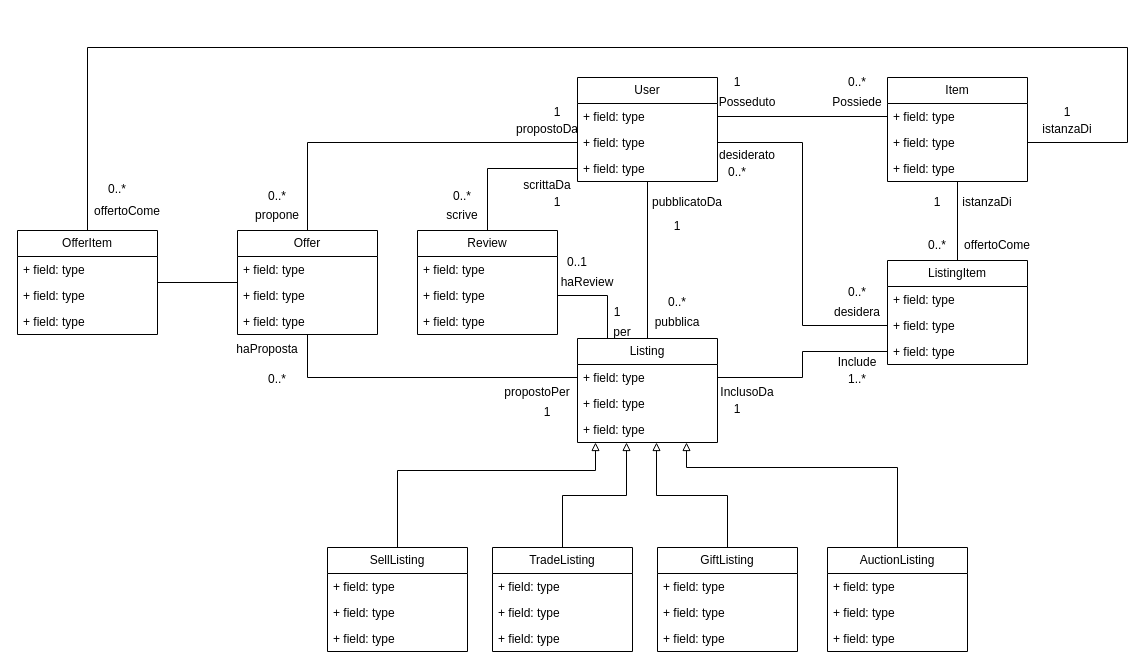
This is uninaswap.drawio from GritHat/diagrams-draw.io, a draw.io file, before an edit. Source tidied: cells renumbered, new cells numbered last; positions are measured from the earlier drawing's top-left corner, leaving out a move shared by most shapes. Both pictures are drawn from the tidied source at 100%, with x=0, y=0 at pixel (17, 47).
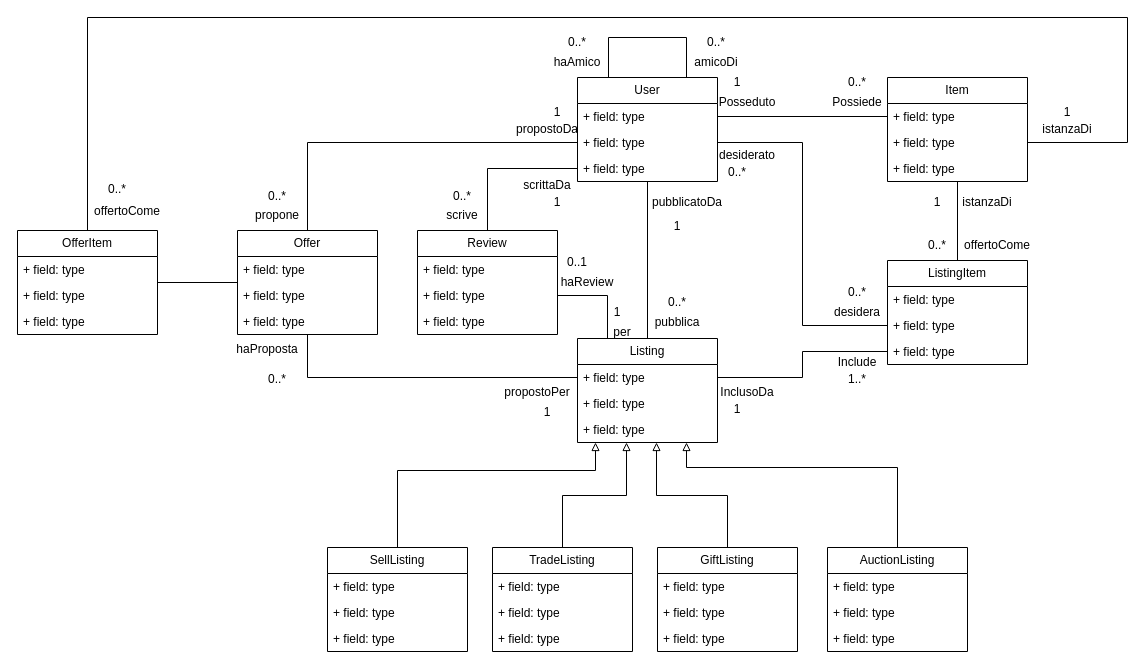
After the change.

Unchanged cells that the change refers to:
```xml
<mxCell id="3" value="User" style="swimlane;fontStyle=0;horizontal=1;startSize=26;fillColor=none;whiteSpace=wrap;html=1;" parent="1" vertex="1">
  <mxGeometry x="560" y="30" width="140" height="104" as="geometry" />
</mxCell>
<mxCell id="9" value="+ field: type" style="text;strokeColor=none;fillColor=none;align=left;verticalAlign=top;spacingLeft=4;spacingRight=4;overflow=hidden;points=[[0,0.5],[1,0.5]];portConstraint=eastwest;whiteSpace=wrap;html=1;" parent="7" vertex="1">
  <mxGeometry y="52" width="140" height="26" as="geometry" />
</mxCell>
<mxCell id="49" value="OfferItem" style="swimlane;fontStyle=0;horizontal=1;startSize=26;fillColor=none;whiteSpace=wrap;html=1;" parent="1" vertex="1">
  <mxGeometry y="183" width="140" height="104" as="geometry" />
</mxCell>
```

Change to the diagram source:
```diff
@@
     <mxCell id="47" style="edgeStyle=orthogonalEdgeStyle;rounded=0;jettySize=auto;html=1;entryX=1;entryY=0.5;entryDx=0;entryDy=0;endArrow=none;startFill=0;" parent="1" edge="1" source="49" target="9">
       <mxGeometry relative="1" as="geometry">
         <Array as="points">
-          <mxPoint x="70" />
-          <mxPoint x="1110" />
+          <mxPoint x="70" y="-30" />
+          <mxPoint x="1110" y="-30" />
           <mxPoint x="1110" y="95" />
         </Array>
       </mxGeometry>
     </mxCell>
@@
+    <mxCell id="101" style="edgeStyle=orthogonalEdgeStyle;rounded=0;orthogonalLoop=1;jettySize=auto;html=1;endArrow=none;startFill=0;" parent="1" edge="1" source="3" target="3">
+      <mxGeometry relative="1" as="geometry">
+        <Array as="points">
+          <mxPoint x="669" y="-10" />
+        </Array>
+      </mxGeometry>
+    </mxCell>
+    <mxCell id="102" value="haAmico" style="text;html=1;align=center;verticalAlign=middle;whiteSpace=wrap;rounded=0;" parent="1" vertex="1">
+      <mxGeometry x="530" width="60" height="30" as="geometry" />
+    </mxCell>
+    <mxCell id="103" value="amicoDi" style="text;html=1;align=center;verticalAlign=middle;whiteSpace=wrap;rounded=0;" parent="1" vertex="1">
+      <mxGeometry x="669" width="60" height="30" as="geometry" />
+    </mxCell>
+    <mxCell id="104" value="0..*" style="text;html=1;align=center;verticalAlign=middle;whiteSpace=wrap;rounded=0;" parent="1" vertex="1">
+      <mxGeometry x="530" y="-20" width="60" height="30" as="geometry" />
+    </mxCell>
+    <mxCell id="105" value="0..*" style="text;html=1;align=center;verticalAlign=middle;whiteSpace=wrap;rounded=0;" parent="1" vertex="1">
+      <mxGeometry x="669" y="-20" width="60" height="30" as="geometry" />
+    </mxCell>
```
